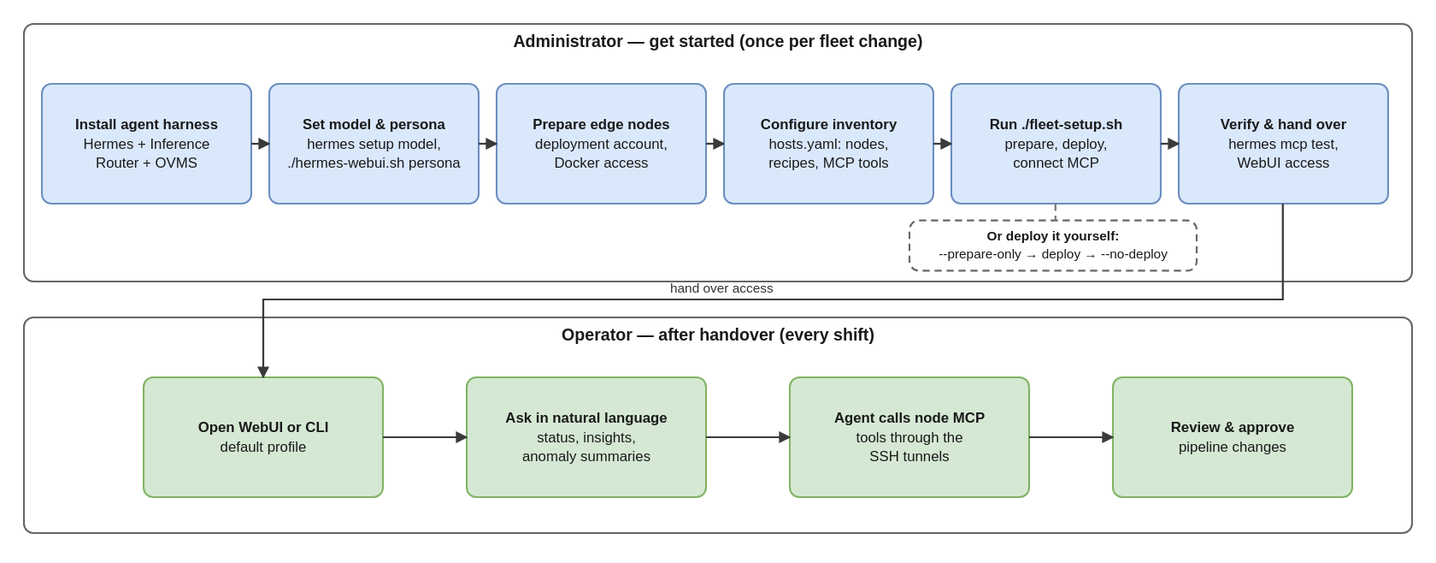
Earlier version of the draw.io export factory-defects-inspector-agent/docs/user-guide/_assets/fdi-admin-operator-flows.drawio.svg (open-edge-platform/manufacturing-ai-suite). Source tidied: cells renumbered, new cells last; positions are measured from the earlier drawing's top-left corner, leaving out a move shared by most shapes.
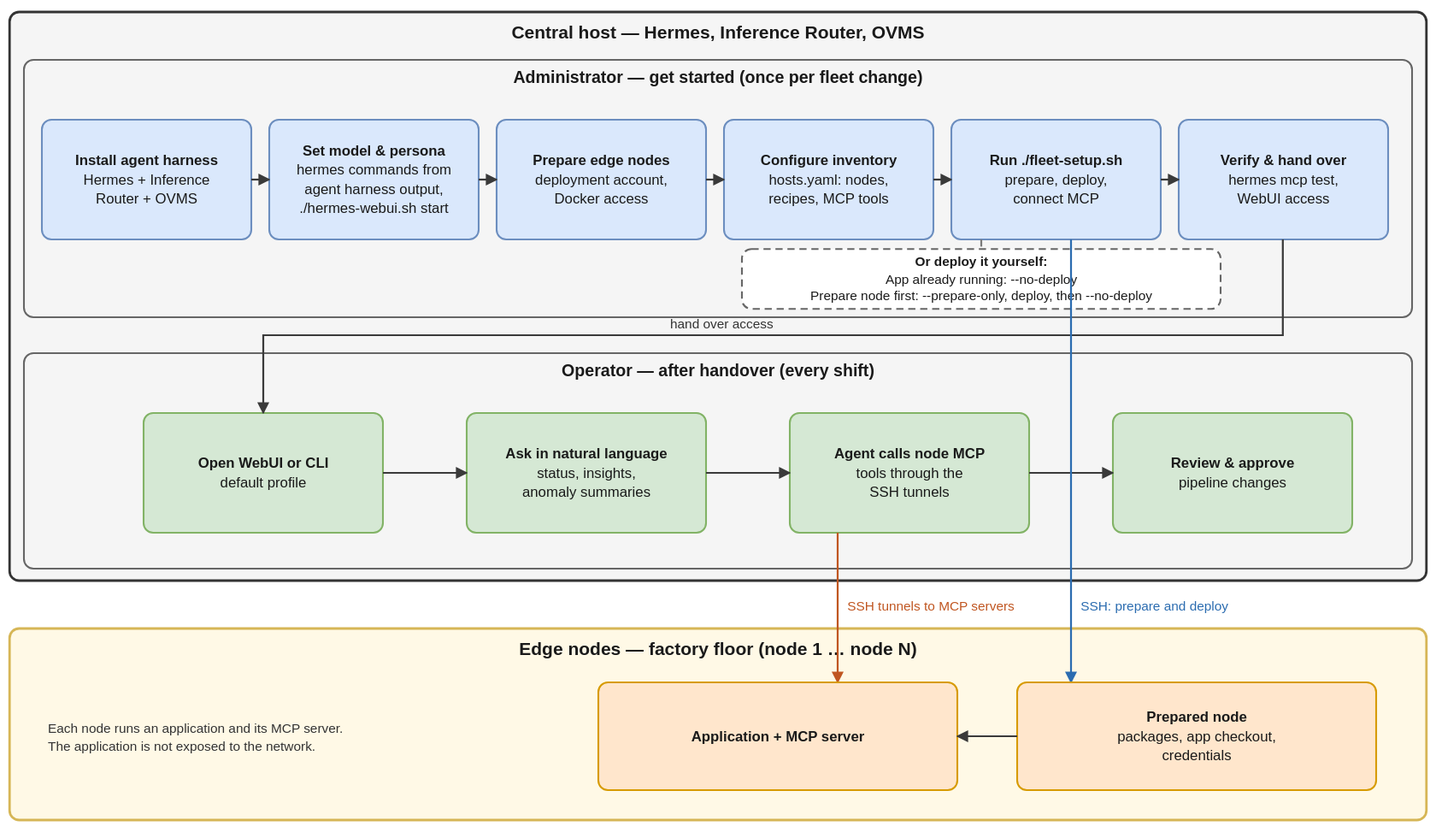
After the change.

The edit, as a diff of the source:
```diff
@@ -2,6 +2,12 @@
   <root>
     <mxCell id="0" />
     <mxCell id="1" parent="0" />
+    <mxCell id="26" value="Central host — Hermes, Inference Router, OVMS" style="rounded=1;whiteSpace=wrap;html=1;fillColor=#f5f5f5;strokeColor=#333333;strokeWidth=2;verticalAlign=top;fontStyle=1;fontSize=15;" parent="1" vertex="1">
+      <mxGeometry x="-12" y="-40" width="1184" height="475" as="geometry" />
+    </mxCell>
+    <mxCell id="27" value="Edge nodes — factory floor (node 1 … node N)" style="rounded=1;whiteSpace=wrap;html=1;fillColor=#fff9e6;strokeColor=#d6b656;strokeWidth=2;verticalAlign=top;fontStyle=1;fontSize=15;" parent="1" vertex="1">
+      <mxGeometry x="-12" y="475" width="1184" height="160" as="geometry" />
+    </mxCell>
     <mxCell id="2" value="Administrator — get started (once per fleet change)" style="rounded=1;whiteSpace=wrap;html=1;fillColor=none;strokeColor=#666666;verticalAlign=top;fontStyle=1;fontSize=14;" parent="1" vertex="1">
       <mxGeometry width="1160" height="215" as="geometry" />
     </mxCell>
@@ -11,7 +17,7 @@
     <mxCell id="4" value="Install agent harness&lt;br&gt;Hermes + Inference&lt;br&gt;Router + OVMS" style="rounded=1;whiteSpace=wrap;html=1;fillColor=#dae8fc;strokeColor=#6c8ebf;fontStyle=1;fontSize=12;" parent="1" vertex="1">
       <mxGeometry x="15" y="50" width="175" height="100" as="geometry" />
     </mxCell>
-    <mxCell id="5" value="Set model &amp; persona&lt;br&gt;hermes setup model,&lt;br&gt;./hermes-webui.sh persona" style="rounded=1;whiteSpace=wrap;html=1;fillColor=#dae8fc;strokeColor=#6c8ebf;fontStyle=1;fontSize=12;" parent="1" vertex="1">
+    <mxCell id="5" value="Set model &amp; persona&lt;br&gt;hermes commands from&lt;br&gt;agent harness output,&lt;br&gt;./hermes-webui.sh start" style="rounded=1;whiteSpace=wrap;html=1;fillColor=#dae8fc;strokeColor=#6c8ebf;fontStyle=1;fontSize=12;" parent="1" vertex="1">
       <mxGeometry x="205" y="50" width="175" height="100" as="geometry" />
     </mxCell>
     <mxCell id="6" value="Prepare edge nodes&lt;br&gt;deployment account,&lt;br&gt;Docker access" style="rounded=1;whiteSpace=wrap;html=1;fillColor=#dae8fc;strokeColor=#6c8ebf;fontStyle=1;fontSize=12;" parent="1" vertex="1">
@@ -56,13 +62,13 @@
         <mxPoint x="965" y="100" as="targetPoint" />
       </mxGeometry>
     </mxCell>
-    <mxCell id="15" value="Or deploy it yourself:&lt;br&gt;--prepare-only → deploy → --no-deploy" style="rounded=1;whiteSpace=wrap;html=1;fillColor=#ffffff;strokeColor=#666666;fontStyle=1;dashed=1;fontSize=11;" parent="1" vertex="1">
-      <mxGeometry x="740" y="164" width="240" height="42" as="geometry" />
+    <mxCell id="15" value="Or deploy it yourself:&lt;br&gt;App already running: --no-deploy&lt;br&gt;Prepare node first: --prepare-only, deploy, then --no-deploy" style="rounded=1;whiteSpace=wrap;html=1;fillColor=#ffffff;strokeColor=#666666;fontStyle=1;dashed=1;fontSize=11;" parent="1" vertex="1">
+      <mxGeometry x="600" y="158" width="400" height="50" as="geometry" />
     </mxCell>
     <mxCell id="16" style="html=1;rounded=0;strokeColor=#7a7a7a;strokeWidth=1.6;endArrow=none;endFill=1;dashed=1;" parent="1" edge="1">
       <mxGeometry relative="1" as="geometry">
-        <mxPoint x="862" y="150" as="sourcePoint" />
-        <mxPoint x="862" y="164" as="targetPoint" />
+        <mxPoint x="800" y="150" as="sourcePoint" />
+        <mxPoint x="800" y="158" as="targetPoint" />
       </mxGeometry>
     </mxCell>
     <mxCell id="17" value="Open WebUI or CLI&lt;br&gt;default profile" style="rounded=1;whiteSpace=wrap;html=1;fillColor=#d5e8d4;strokeColor=#82b366;fontStyle=1;fontSize=12;" parent="1" vertex="1">
@@ -108,5 +114,38 @@
     <mxCell id="25" value="hand over access" style="text;html=1;align=left;verticalAlign=top;whiteSpace=wrap;fontSize=11;fontColor=#333333;strokeColor=none;fillColor=none;" parent="1" vertex="1">
       <mxGeometry x="536" y="212" width="119" height="16" as="geometry" />
     </mxCell>
+    <mxCell id="28" style="html=1;rounded=0;strokeColor=#2b6cb0;strokeWidth=1.6;endArrow=block;endFill=1;" parent="1" edge="1">
+      <mxGeometry relative="1" as="geometry">
+        <mxPoint x="875" y="150" as="sourcePoint" />
+        <mxPoint x="875" y="520" as="targetPoint" />
+      </mxGeometry>
+    </mxCell>
+    <mxCell id="29" value="SSH: prepare and deploy" style="text;html=1;align=left;verticalAlign=top;whiteSpace=wrap;fontSize=11;fontColor=#2b6cb0;strokeColor=none;fillColor=none;" parent="1" vertex="1">
+      <mxGeometry x="883" y="448" width="180" height="16" as="geometry" />
+    </mxCell>
+    <mxCell id="30" style="html=1;rounded=0;strokeColor=#c05621;strokeWidth=1.6;endArrow=block;endFill=1;" parent="1" edge="1">
+      <mxGeometry relative="1" as="geometry">
+        <mxPoint x="680" y="395" as="sourcePoint" />
+        <mxPoint x="680" y="520" as="targetPoint" />
+      </mxGeometry>
+    </mxCell>
+    <mxCell id="31" value="SSH tunnels to MCP servers" style="text;html=1;align=left;verticalAlign=top;whiteSpace=wrap;fontSize=11;fontColor=#c05621;strokeColor=none;fillColor=none;" parent="1" vertex="1">
+      <mxGeometry x="688" y="448" width="180" height="16" as="geometry" />
+    </mxCell>
+    <mxCell id="32" value="Prepared node&lt;br&gt;packages, app checkout,&lt;br&gt;credentials" style="rounded=1;whiteSpace=wrap;html=1;fillColor=#ffe6cc;strokeColor=#d79b00;fontStyle=1;fontSize=12;" parent="1" vertex="1">
+      <mxGeometry x="830" y="520" width="300" height="90" as="geometry" />
+    </mxCell>
+    <mxCell id="33" value="Application + MCP server" style="rounded=1;whiteSpace=wrap;html=1;fillColor=#ffe6cc;strokeColor=#d79b00;fontStyle=1;fontSize=12;" parent="1" vertex="1">
+      <mxGeometry x="480" y="520" width="300" height="90" as="geometry" />
+    </mxCell>
+    <mxCell id="34" style="html=1;rounded=0;strokeColor=#3a3a3a;strokeWidth=1.6;endArrow=block;endFill=1;" parent="1" edge="1">
+      <mxGeometry relative="1" as="geometry">
+        <mxPoint x="830" y="565" as="sourcePoint" />
+        <mxPoint x="780" y="565" as="targetPoint" />
+      </mxGeometry>
+    </mxCell>
+    <mxCell id="35" value="Each node runs an application and its MCP server.&lt;br&gt;The application is not exposed to the network." style="text;html=1;align=left;verticalAlign=top;whiteSpace=wrap;fontSize=11;fontColor=#333333;strokeColor=none;fillColor=none;" parent="1" vertex="1">
+      <mxGeometry x="20" y="542" width="420" height="52" as="geometry" />
+    </mxCell>
   </root>
 </mxGraphModel>
```
